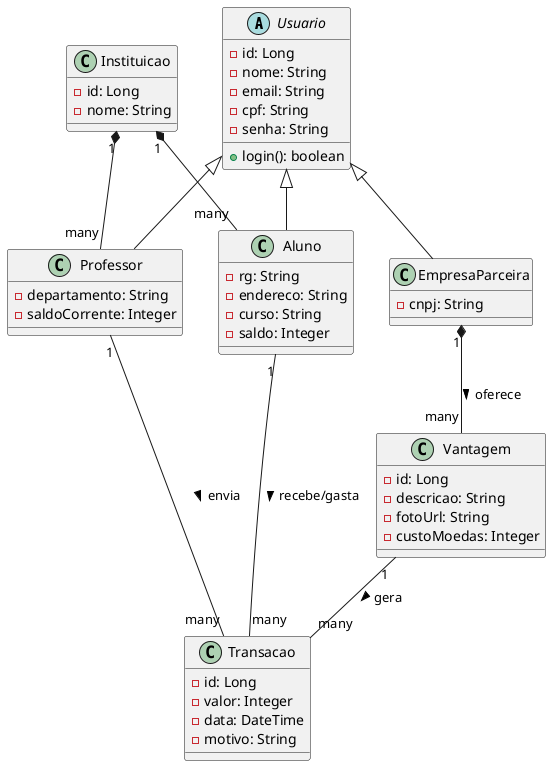
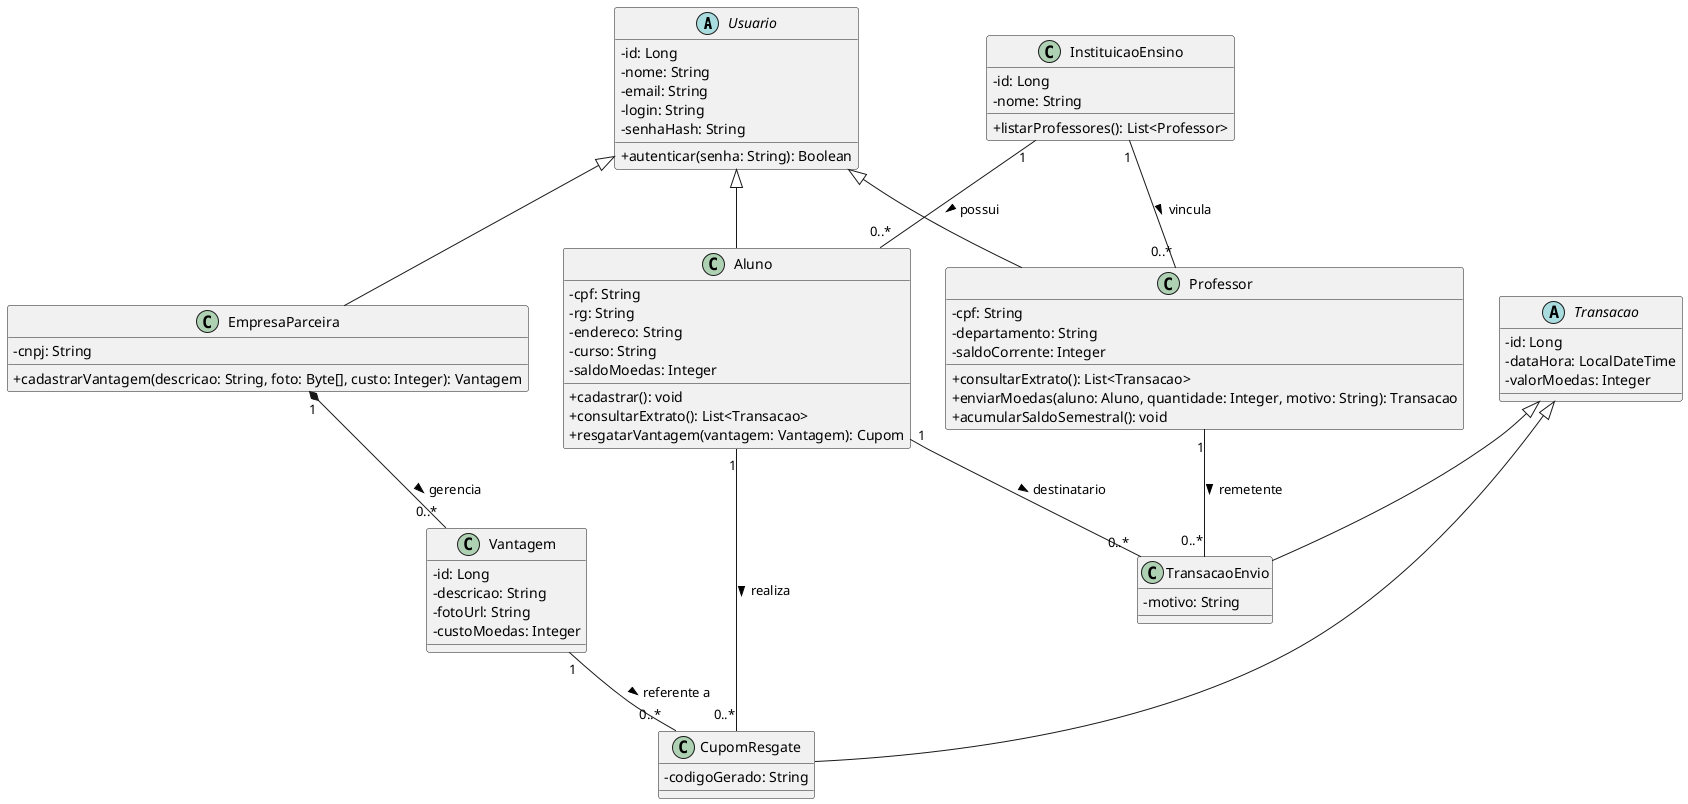
@startuml
+ skinparam classAttributeIconSize 0
+ 
abstract class Usuario {
    - id: Long
    - nome: String
    - email: String
-     - cpf: String
-     - senha: String
-     + login(): boolean
+     - login: String
+     - senhaHash: String
+     + autenticar(senha: String): Boolean
}

class Aluno {
+     - cpf: String
    - rg: String
    - endereco: String
    - curso: String
-     - saldo: Integer
+     - saldoMoedas: Integer
+     + cadastrar(): void
+     + consultarExtrato(): List<Transacao>
+     + resgatarVantagem(vantagem: Vantagem): Cupom
}

class Professor {
+     - cpf: String
    - departamento: String
    - saldoCorrente: Integer
- }
- 
- class Instituicao {
-     - id: Long
-     - nome: String
+     + consultarExtrato(): List<Transacao>
+     + enviarMoedas(aluno: Aluno, quantidade: Integer, motivo: String): Transacao
+     + acumularSaldoSemestral(): void
}

class EmpresaParceira {
    - cnpj: String
+     + cadastrarVantagem(descricao: String, foto: Byte[], custo: Integer): Vantagem
+ }
+ 
+ class InstituicaoEnsino {
+     - id: Long
+     - nome: String
+     + listarProfessores(): List<Professor>
}

class Vantagem {
    - id: Long
    - descricao: String
    - fotoUrl: String
    - custoMoedas: Integer
}

- class Transacao {
+ abstract class Transacao {
    - id: Long
-     - valor: Integer
-     - data: DateTime
+     - dataHora: LocalDateTime
+     - valorMoedas: Integer
+ }
+ 
+ class TransacaoEnvio {
    - motivo: String
}

+ class CupomResgate {
+     - codigoGerado: String
+ }
+ 
+ ' Herança
Usuario <|-- Aluno
Usuario <|-- Professor
Usuario <|-- EmpresaParceira
+ Transacao <|-- TransacaoEnvio
+ Transacao <|-- CupomResgate

- Instituicao "1" *-- "many" Professor
- Instituicao "1" *-- "many" Aluno
+ ' Associações e Multiplicidades
+ InstituicaoEnsino "1" -- "0..*" Aluno : possui >
+ InstituicaoEnsino "1" -- "0..*" Professor : vincula >

- Professor "1" -- "many" Transacao : envia >
- Aluno "1" -- "many" Transacao : recebe/gasta >
+ EmpresaParceira "1" *-- "0..*" Vantagem : gerencia >

- EmpresaParceira "1" *-- "many" Vantagem : oferece >
- Vantagem "1" -- "many" Transacao : gera >
+ Professor "1" -- "0..*" TransacaoEnvio : remetente >
+ Aluno "1" -- "0..*" TransacaoEnvio : destinatario >

- @enduml+ Aluno "1" -- "0..*" CupomResgate : realiza >
+ Vantagem "1" -- "0..*" CupomResgate : referente a >
+ 
+ @enduml
